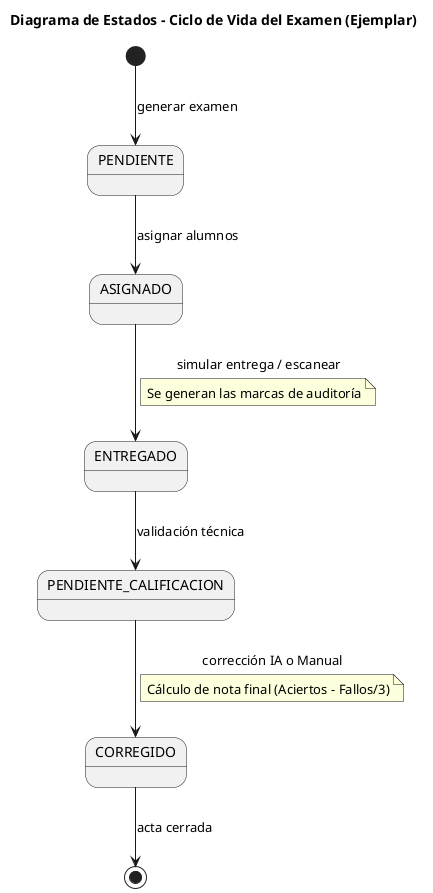
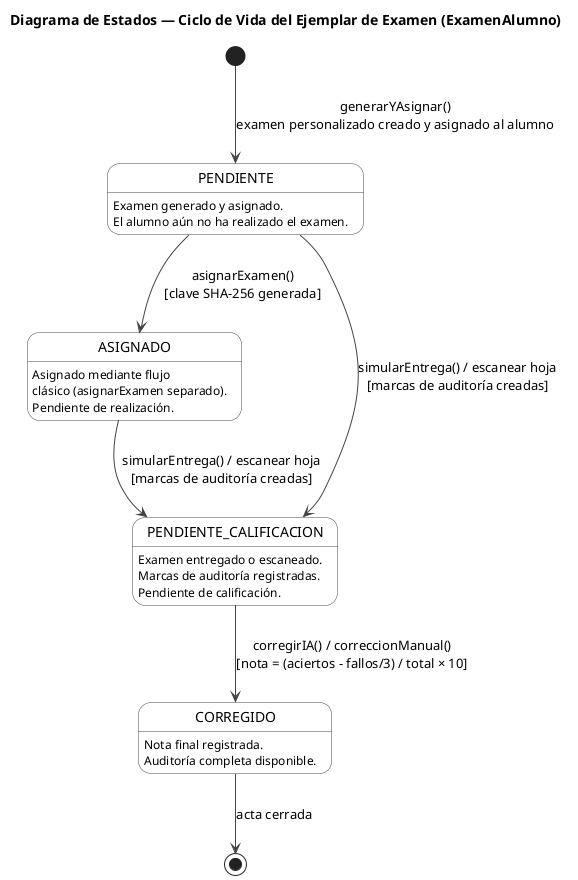
@startuml
- title Diagrama de Estados - Ciclo de Vida del Examen (Ejemplar)
+ title Diagrama de Estados — Ciclo de Vida del Ejemplar de Examen (ExamenAlumno)

- [*] --> PENDIENTE : generar examen
+ skinparam state {
+   BackgroundColor white
+   BorderColor #444
+   ArrowColor #444
+   FontName Arial
+ }

- PENDIENTE --> ASIGNADO : asignar alumnos
+ [*] --> PENDIENTE : generarYAsignar()\nexamen personalizado creado y asignado al alumno

- ASIGNADO --> ENTREGADO : simular entrega / escanear
- note on link
-   Se generan las marcas de auditoría
- end note
+ state PENDIENTE : Examen generado y asignado.\nEl alumno aún no ha realizado el examen.

- ENTREGADO --> PENDIENTE_CALIFICACION : validación técnica
+ state ASIGNADO : Asignado mediante flujo\nclásico (asignarExamen separado).\nPendiente de realización.

- PENDIENTE_CALIFICACION --> CORREGIDO : corrección IA o Manual
- note on link
-   Cálculo de nota final (Aciertos - Fallos/3)
- end note
+ state PENDIENTE_CALIFICACION : Examen entregado o escaneado.\nMarcas de auditoría registradas.\nPendiente de calificación.
+ 
+ state CORREGIDO : Nota final registrada.\nAuditoría completa disponible.
+ 
+ ' ─── Flujo principal (generarYAsignar) ───────────────────────────
+ 
+ PENDIENTE --> PENDIENTE_CALIFICACION : simularEntrega() / escanear hoja\n[marcas de auditoría creadas]
+ 
+ ' ─── Flujo clásico (generar + asignar por separado) ──────────────
+ 
+ PENDIENTE --> ASIGNADO : asignarExamen()\n[clave SHA-256 generada]
+ 
+ ASIGNADO --> PENDIENTE_CALIFICACION : simularEntrega() / escanear hoja\n[marcas de auditoría creadas]
+ 
+ ' ─── Corrección ──────────────────────────────────────────────────
+ 
+ PENDIENTE_CALIFICACION --> CORREGIDO : corregirIA() / correccionManual()\n[nota = (aciertos - fallos/3) / total × 10]

CORREGIDO --> [*] : acta cerrada

@enduml
